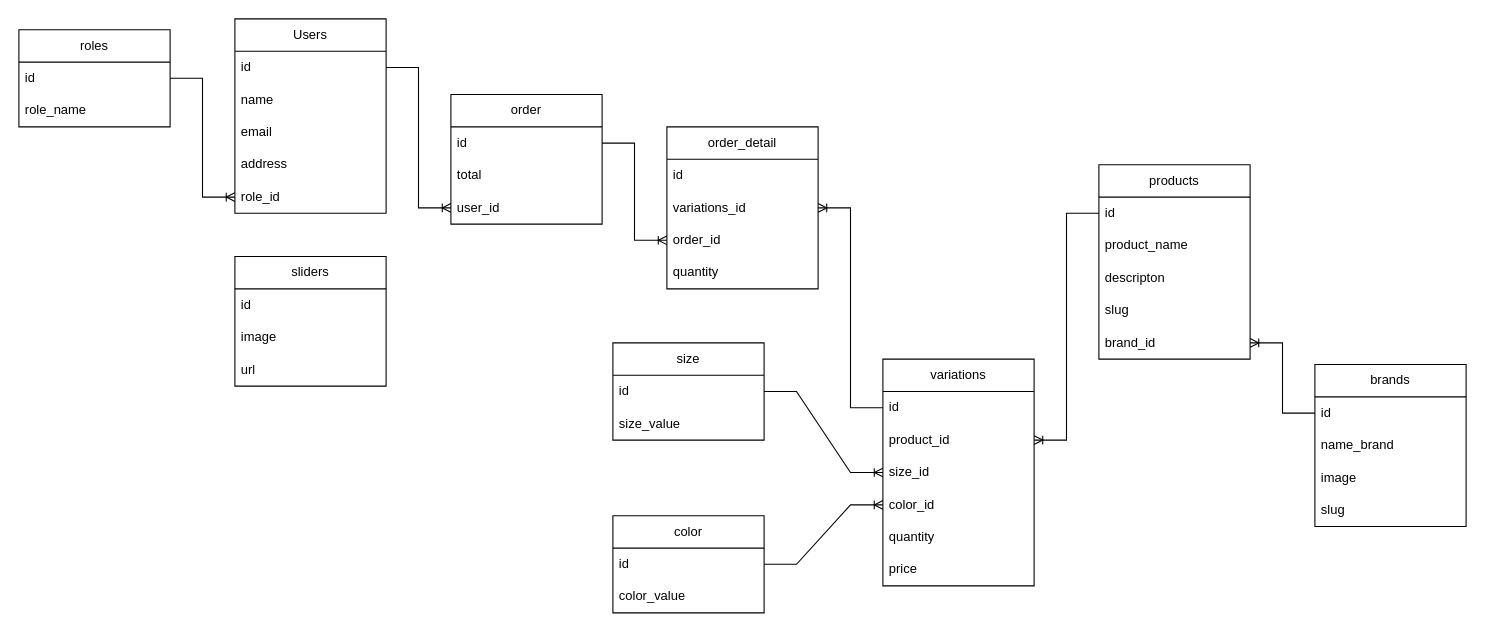
Duong8888/sneaker-shop keeps this draw.io diagram as db.drawio. Above is the earlier version. Source tidied: cells renumbered, new cells numbered last; positions are measured from the earlier drawing's top-left corner, leaving out a move shared by most shapes. Both pictures are drawn from the tidied source at 108%, with x=0, y=0 at pixel (18, 18).
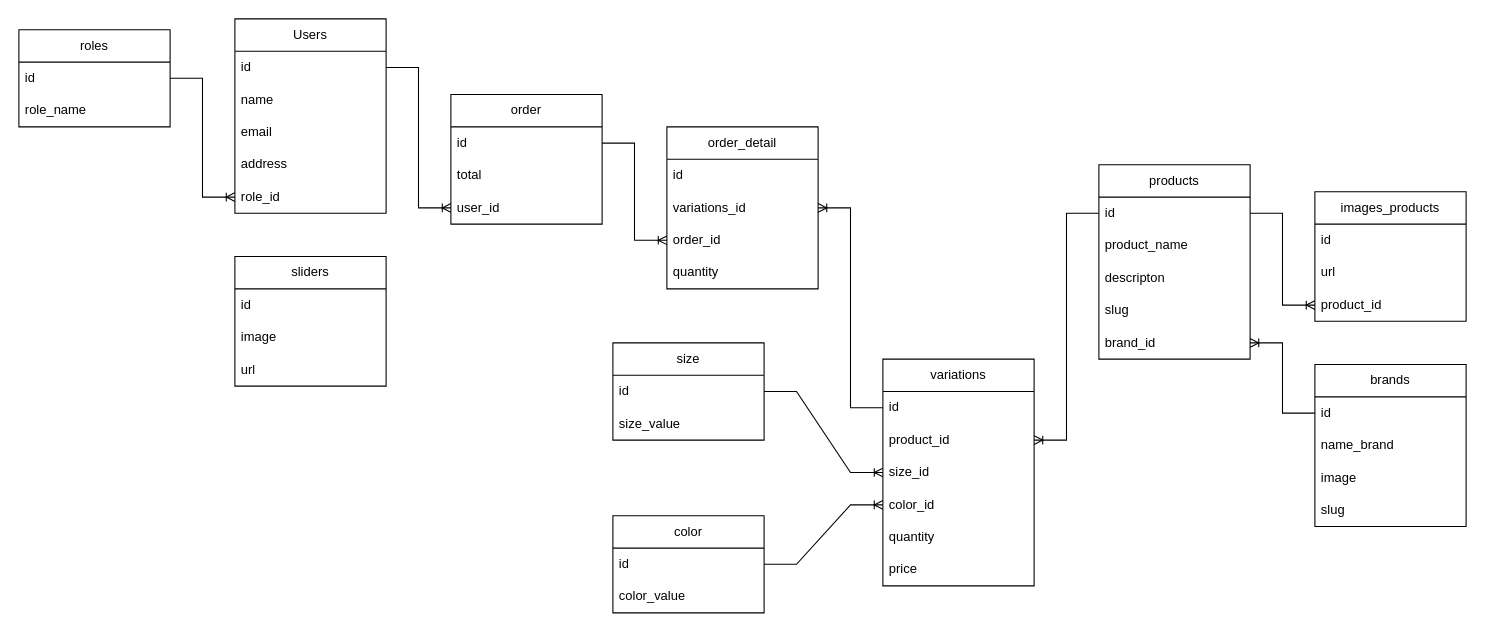
Above is the later version.

Unchanged cells that the change refers to:
```xml
<mxCell id="9" value="id" style="text;strokeColor=none;fillColor=none;align=left;verticalAlign=middle;spacingLeft=4;spacingRight=4;overflow=hidden;points=[[0,0.5],[1,0.5]];portConstraint=eastwest;whiteSpace=wrap;html=1;shadow=0;sketch=0;" parent="8" vertex="1">
  <mxGeometry y="30" width="140" height="30" as="geometry" />
</mxCell>
```

What changed in the source:
```diff
@@
+    <mxCell id="56" value="images_products" style="swimlane;fontStyle=0;horizontal=1;startSize=30;whiteSpace=wrap;html=1;" parent="1" vertex="1">
+      <mxGeometry x="1200" y="160" width="140" height="120" as="geometry" />
+    </mxCell>
+    <mxCell id="57" value="id" style="text;strokeColor=none;fillColor=none;align=left;verticalAlign=middle;spacingLeft=4;spacingRight=4;overflow=hidden;whiteSpace=wrap;html=1;" parent="56" vertex="1">
+      <mxGeometry y="30" width="140" height="30" as="geometry" />
+    </mxCell>
+    <mxCell id="58" value="url" style="text;strokeColor=none;fillColor=none;align=left;verticalAlign=middle;spacingLeft=4;spacingRight=4;overflow=hidden;whiteSpace=wrap;html=1;" parent="56" vertex="1">
+      <mxGeometry y="60" width="140" height="30" as="geometry" />
+    </mxCell>
+    <mxCell id="59" value="product_id" style="text;strokeColor=none;fillColor=none;align=left;verticalAlign=middle;spacingLeft=4;spacingRight=4;overflow=hidden;points=[[0,0.5],[1,0.5]];portConstraint=eastwest;whiteSpace=wrap;html=1;" parent="56" vertex="1">
+      <mxGeometry y="90" width="140" height="30" as="geometry" />
+    </mxCell>
+    <mxCell id="60" style="edgeStyle=entityRelationEdgeStyle;fontSize=12;html=1;endArrow=ERoneToMany;rounded=0;exitX=1;exitY=0.5;exitDx=0;exitDy=0;entryX=0;entryY=0.5;entryDx=0;entryDy=0;" parent="1" edge="1" source="9" target="59">
+      <mxGeometry relative="1" as="geometry" />
+    </mxCell>
```
